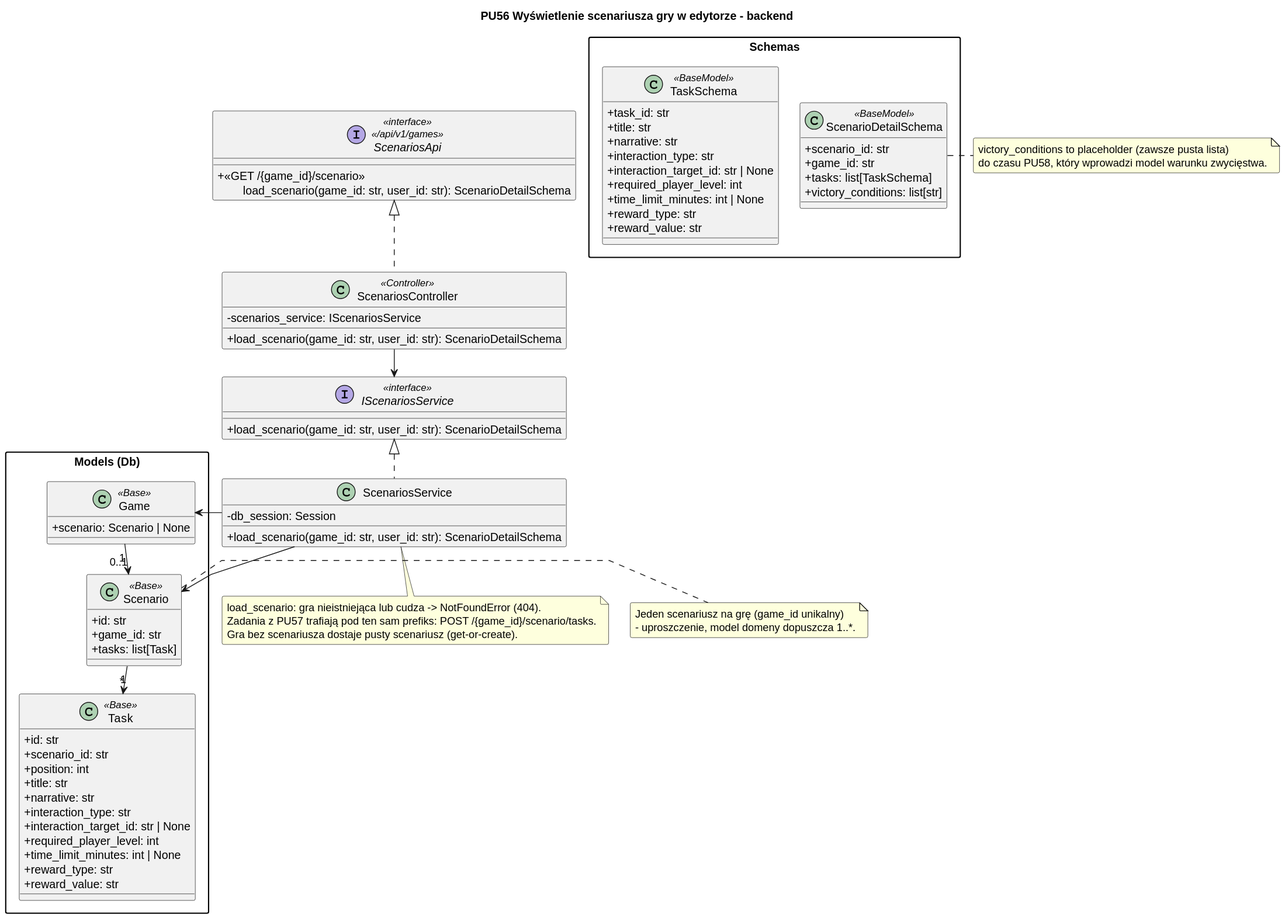
This is diagrams/backend/rendered/scenario-editor.svg from Igor-Ochocki/POP-2026Z, a PlantUML export, as it was before one commit.
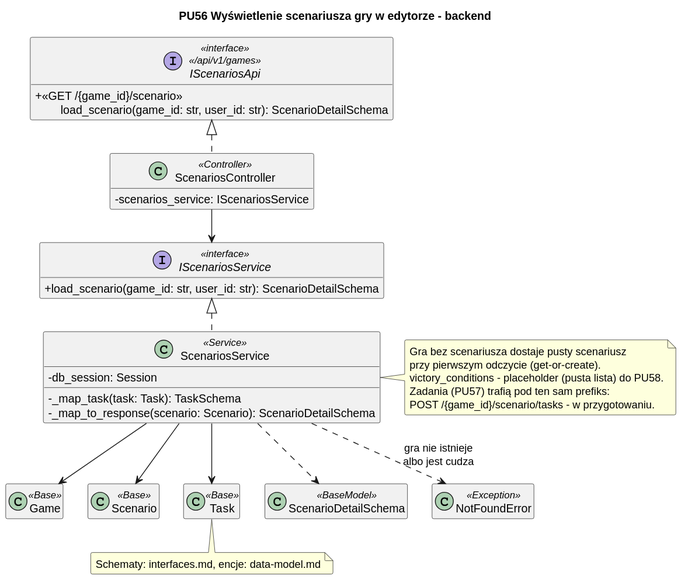
Above is the later version.

What changed in the source:
```diff
@@ -3,100 +3,55 @@
 skinparam packageStyle rectangle
 skinparam shadowing false
 skinparam roundcorner 4
-skinparam nodesep 26
-skinparam ranksep 34
 skinparam linetype polyline
+skinparam nodesep 30
+skinparam ranksep 40
+hide empty members
 
 title PU56 Wyświetlenie scenariusza gry w edytorze - backend
 
-interface ScenariosApi <<interface>>\n<< /api/v1/games >> {
+interface IScenariosApi <<interface>>\n<< /api/v1/games >> {
     + <<GET /{game_id}/scenario >>\n\tload_scenario(game_id: str, user_id: str): ScenarioDetailSchema
 }
 
 class ScenariosController <<Controller>> {
     - scenarios_service: IScenariosService
-    + load_scenario(game_id: str, user_id: str): ScenarioDetailSchema
 }
 
 interface IScenariosService <<interface>> {
     + load_scenario(game_id: str, user_id: str): ScenarioDetailSchema
 }
 
-class ScenariosService {
+class ScenariosService <<Service>> {
     - db_session: Session
-    + load_scenario(game_id: str, user_id: str): ScenarioDetailSchema
+    - _map_task(task: Task): TaskSchema
+    - _map_to_response(scenario: Scenario): ScenarioDetailSchema
 }
 
-package "Schemas" {
-    class ScenarioDetailSchema <<BaseModel>> {
-        + scenario_id: str
-        + game_id: str
-        + tasks: list[TaskSchema]
-        + victory_conditions: list[str]
-    }
+class Game <<Base>>
+class Scenario <<Base>>
+class Task <<Base>>
+class ScenarioDetailSchema <<BaseModel>>
+class NotFoundError <<Exception>>
 
-    class TaskSchema <<BaseModel>> {
-        + task_id: str
-        + title: str
-        + narrative: str
-        + interaction_type: str
-        + interaction_target_id: str | None
-        + required_player_level: int
-        + time_limit_minutes: int | None
-        + reward_type: str
-        + reward_value: str
-    }
-}
+ScenariosController .u.|> IScenariosApi
+ScenariosController --> IScenariosService
+ScenariosService .u.|> IScenariosService
+ScenariosService --> Game
+ScenariosService --> Scenario
+ScenariosService --> Task
+ScenariosService ..> ScenarioDetailSchema
+ScenariosService ..> NotFoundError : gra nie istnieje\nalbo jest cudza
 
-package "Models (Db)" as models {
-    class Game <<Base>> {
-        + scenario: Scenario | None
-    }
-
-    class Scenario <<Base>> {
-        + id: str
-        + game_id: str
-        + tasks: list[Task]
-    }
-
-    class Task <<Base>> {
-        + id: str
-        + scenario_id: str
-        + position: int
-        + title: str
-        + narrative: str
-        + interaction_type: str
-        + interaction_target_id: str | None
-        + required_player_level: int
-        + time_limit_minutes: int | None
-        + reward_type: str
-        + reward_value: str
-    }
-}
-
-ScenariosService .up.|> IScenariosService
-ScenariosController .up.|> ScenariosApi
-
-ScenariosController --> IScenariosService
-ScenariosService -right-> Game
-ScenariosService -right-> Scenario
-
-Game "1" --> "0..1" Scenario
-Scenario "1" --> "*" Task
-
-note bottom of ScenariosService
-    load_scenario: gra nieistniejąca lub cudza -> NotFoundError (404).
-    Zadania z PU57 trafiają pod ten sam prefiks: POST /{game_id}/scenario/tasks.
-    Gra bez scenariusza dostaje pusty scenariusz (get-or-create).
+note right of ScenariosService
+    Gra bez scenariusza dostaje pusty scenariusz
+    przy pierwszym odczycie (get-or-create).
+    victory_conditions - placeholder (pusta lista) do PU58.
+    Zadania (PU57) trafią pod ten sam prefiks:
+    POST /{game_id}/scenario/tasks - w przygotowaniu.
 end note
 
-note right of Scenario
-    Jeden scenariusz na grę (game_id unikalny)
-    - uproszczenie, model domeny dopuszcza 1..*.
-end note
-
-note right of ScenarioDetailSchema
-    victory_conditions to placeholder (zawsze pusta lista)
-    do czasu PU58, który wprowadzi model warunku zwycięstwa.
+note bottom of Task
+    Schematy: interfaces.md, encje: data-model.md
 end note
 @enduml
```
